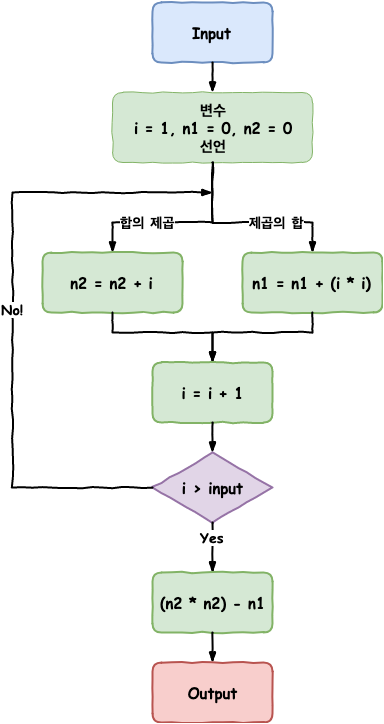
Before: images/algorithm/10/diagram.png, a diagram exported from draw.io (freevuehub/freevuehub.github.io). Source tidied: cells renumbered, new cells last; positions are measured from the earlier drawing's top-left corner, leaving out a move shared by most shapes.
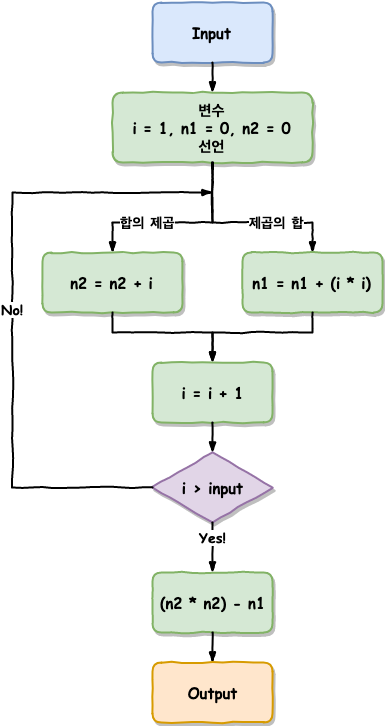
Later version of the same file.

Commit message:
[알고리즘 / 10] 이미지 변경

What changed in the source:
```diff
@@ -2,7 +2,7 @@
   <root>
     <mxCell id="0" />
     <mxCell id="1" parent="0" />
-    <mxCell id="2" value="변수&lt;br&gt;i = 1, n1 = 0, n2 = 0&lt;br&gt;선언&lt;br style=&quot;font-size: 15px&quot;&gt;" style="html=1;whiteSpace=wrap;comic=1;strokeWidth=1;fontFamily=Comic Sans MS;fontStyle=1;fillColor=#d5e8d4;strokeColor=#82b366;shadow=0;rounded=1;glass=0;fontSize=15;" parent="1" vertex="1">
+    <mxCell id="2" value="변수&lt;br&gt;i = 1, n1 = 0, n2 = 0&lt;br&gt;선언&lt;br style=&quot;font-size: 15px&quot;&gt;" style="html=1;whiteSpace=wrap;comic=1;strokeWidth=2;fontFamily=Comic Sans MS;fontStyle=1;fillColor=#d5e8d4;strokeColor=#82b366;shadow=1;rounded=1;glass=0;fontSize=15;" parent="1" vertex="1">
       <mxGeometry x="100" y="90" width="200" height="70" as="geometry" />
     </mxCell>
     <mxCell id="3" value="제곱의 합&lt;br style=&quot;font-size: 14px;&quot;&gt;" style="rounded=0;comic=1;strokeWidth=2;endArrow=blockThin;html=1;fontFamily=Comic Sans MS;fontStyle=1;exitX=0.5;exitY=1;exitDx=0;exitDy=0;fontSize=14;entryX=0.5;entryY=0;entryDx=0;entryDy=0;align=left;" parent="1" edge="1" source="2" target="5">
@@ -21,13 +21,13 @@
         </Array>
       </mxGeometry>
     </mxCell>
-    <mxCell id="5" value="n1 = n1 + (i * i)" style="html=1;whiteSpace=wrap;comic=1;strokeWidth=2;fontFamily=Comic Sans MS;fontStyle=1;rounded=1;shadow=0;glass=0;fillColor=#d5e8d4;strokeColor=#82b366;fontSize=15;" parent="1" vertex="1">
+    <mxCell id="5" value="n1 = n1 + (i * i)" style="html=1;whiteSpace=wrap;comic=1;strokeWidth=2;fontFamily=Comic Sans MS;fontStyle=1;rounded=1;shadow=1;glass=0;fillColor=#d5e8d4;strokeColor=#82b366;fontSize=15;" parent="1" vertex="1">
       <mxGeometry x="230" y="250" width="140" height="60" as="geometry" />
     </mxCell>
-    <mxCell id="6" value="&lt;span&gt;&lt;font style=&quot;font-size: 15px&quot;&gt;n2 = n2 + i&lt;/font&gt;&lt;/span&gt;" style="html=1;whiteSpace=wrap;comic=1;strokeWidth=2;fontFamily=Comic Sans MS;fontStyle=1;rounded=1;shadow=0;glass=0;fillColor=#d5e8d4;strokeColor=#82b366;" parent="1" vertex="1">
+    <mxCell id="6" value="&lt;span&gt;&lt;font style=&quot;font-size: 15px&quot;&gt;n2 = n2 + i&lt;/font&gt;&lt;/span&gt;" style="html=1;whiteSpace=wrap;comic=1;strokeWidth=2;fontFamily=Comic Sans MS;fontStyle=1;rounded=1;shadow=1;glass=0;fillColor=#d5e8d4;strokeColor=#82b366;" parent="1" vertex="1">
       <mxGeometry x="30" y="250" width="140" height="60" as="geometry" />
     </mxCell>
-    <mxCell id="7" value="&lt;span style=&quot;font-size: 15px;&quot;&gt;Input&lt;/span&gt;" style="html=1;whiteSpace=wrap;comic=1;strokeWidth=2;fontFamily=Comic Sans MS;fontStyle=1;rounded=1;shadow=0;glass=0;fillColor=#dae8fc;strokeColor=#6c8ebf;fontSize=15;" parent="1" vertex="1">
+    <mxCell id="7" value="&lt;span style=&quot;font-size: 15px;&quot;&gt;Input&lt;/span&gt;" style="html=1;whiteSpace=wrap;comic=1;strokeWidth=2;fontFamily=Comic Sans MS;fontStyle=1;rounded=1;shadow=1;glass=0;fillColor=#dae8fc;strokeColor=#6c8ebf;fontSize=15;" parent="1" vertex="1">
       <mxGeometry x="140" width="120" height="60" as="geometry" />
     </mxCell>
     <mxCell id="8" style="rounded=0;comic=1;strokeWidth=2;endArrow=blockThin;html=1;fontFamily=Comic Sans MS;fontStyle=1;exitX=0.5;exitY=1;exitDx=0;exitDy=0;entryX=0.5;entryY=0;entryDx=0;entryDy=0;" parent="1" edge="1" source="7" target="2">
@@ -49,10 +49,10 @@
         </Array>
       </mxGeometry>
     </mxCell>
-    <mxCell id="11" value="i = i + 1" style="html=1;whiteSpace=wrap;comic=1;strokeWidth=2;fontFamily=Comic Sans MS;fontStyle=1;fillColor=#d5e8d4;strokeColor=#82b366;rounded=1;fontSize=15;" parent="1" vertex="1">
+    <mxCell id="11" value="i = i + 1" style="html=1;whiteSpace=wrap;comic=1;strokeWidth=2;fontFamily=Comic Sans MS;fontStyle=1;fillColor=#d5e8d4;strokeColor=#82b366;rounded=1;fontSize=15;shadow=1;" parent="1" vertex="1">
       <mxGeometry x="140" y="360" width="120" height="60" as="geometry" />
     </mxCell>
-    <mxCell id="12" value="i &amp;gt; input" style="rhombus;html=1;align=center;whiteSpace=wrap;comic=1;strokeWidth=2;fontFamily=Comic Sans MS;fontStyle=1;rounded=0;shadow=0;glass=0;fontSize=15;fillColor=#e1d5e7;strokeColor=#9673a6;" parent="1" vertex="1">
+    <mxCell id="12" value="i &amp;gt; input" style="rhombus;html=1;align=center;whiteSpace=wrap;comic=1;strokeWidth=2;fontFamily=Comic Sans MS;fontStyle=1;rounded=0;shadow=1;glass=0;fontSize=15;fillColor=#e1d5e7;strokeColor=#9673a6;" parent="1" vertex="1">
       <mxGeometry x="140" y="450" width="120" height="70" as="geometry" />
     </mxCell>
     <mxCell id="13" style="rounded=0;comic=1;strokeWidth=2;endArrow=blockThin;html=1;fontFamily=Comic Sans MS;fontStyle=1;exitX=0.5;exitY=1;exitDx=0;exitDy=0;entryX=0.5;entryY=0;entryDx=0;entryDy=0;" parent="1" edge="1" source="11" target="12">
@@ -67,16 +67,16 @@
         </Array>
       </mxGeometry>
     </mxCell>
-    <mxCell id="15" value="&lt;div style=&quot;text-align: center; font-size: 14px;&quot;&gt;Yes&lt;/div&gt;" style="rounded=0;comic=1;strokeWidth=2;endArrow=blockThin;html=1;fontFamily=Comic Sans MS;fontStyle=1;align=center;exitX=0.5;exitY=1;exitDx=0;exitDy=0;fontSize=14;entryX=0.5;entryY=0;entryDx=0;entryDy=0;verticalAlign=bottom;horizontal=1;" parent="1" edge="1" source="12" target="16">
+    <mxCell id="15" value="&lt;div style=&quot;text-align: center ; font-size: 14px&quot;&gt;Yes!&lt;/div&gt;" style="rounded=0;comic=1;strokeWidth=2;endArrow=blockThin;html=1;fontFamily=Comic Sans MS;fontStyle=1;align=center;exitX=0.5;exitY=1;exitDx=0;exitDy=0;fontSize=14;entryX=0.5;entryY=0;entryDx=0;entryDy=0;verticalAlign=bottom;horizontal=1;" parent="1" edge="1" source="12" target="16">
       <mxGeometry relative="1" as="geometry" />
     </mxCell>
-    <mxCell id="16" value="(n2 * n2) - n1" style="html=1;whiteSpace=wrap;comic=1;strokeWidth=2;fontFamily=Comic Sans MS;fontStyle=1;rounded=1;shadow=0;glass=0;fontSize=15;fillColor=#d5e8d4;strokeColor=#82b366;" parent="1" vertex="1">
+    <mxCell id="16" value="(n2 * n2) - n1" style="html=1;whiteSpace=wrap;comic=1;strokeWidth=2;fontFamily=Comic Sans MS;fontStyle=1;rounded=1;shadow=1;glass=0;fontSize=15;fillColor=#d5e8d4;strokeColor=#82b366;" parent="1" vertex="1">
       <mxGeometry x="140" y="570" width="120" height="60" as="geometry" />
     </mxCell>
     <mxCell id="17" style="rounded=0;comic=1;strokeWidth=2;endArrow=blockThin;html=1;fontFamily=Comic Sans MS;fontStyle=1;align=center;exitX=0.5;exitY=1;exitDx=0;exitDy=0;entryX=0.5;entryY=0;entryDx=0;entryDy=0;" parent="1" edge="1" source="16" target="18">
       <mxGeometry relative="1" as="geometry" />
     </mxCell>
-    <mxCell id="18" value="Output" style="html=1;whiteSpace=wrap;comic=1;strokeWidth=2;fontFamily=Comic Sans MS;fontStyle=1;rounded=1;shadow=0;glass=0;fillColor=#f8cecc;strokeColor=#b85450;fontSize=15;" parent="1" vertex="1">
+    <mxCell id="18" value="Output" style="html=1;whiteSpace=wrap;comic=1;strokeWidth=2;fontFamily=Comic Sans MS;fontStyle=1;rounded=1;shadow=1;glass=0;fillColor=#ffe6cc;strokeColor=#d79b00;fontSize=15;" parent="1" vertex="1">
       <mxGeometry x="140" y="660" width="120" height="60" as="geometry" />
     </mxCell>
   </root>
```
